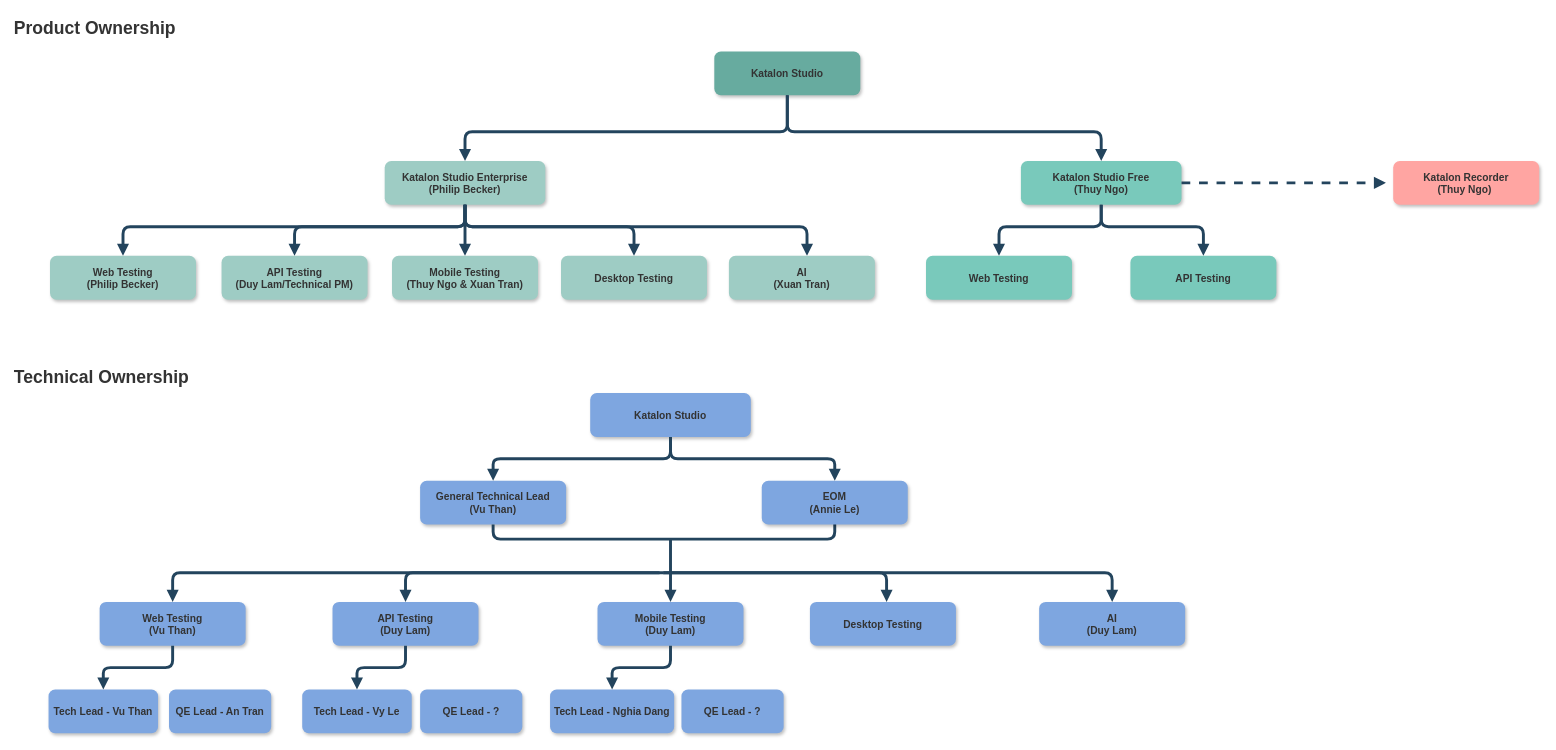
Before: Studio Workstream.drawio in nhpthuy/chart, a draw.io diagram. Source tidied: cells renumbered, new cells numbered last; positions are measured from the earlier drawing's top-left corner, leaving out a move shared by most shapes. Both pictures are drawn from the tidied source at 73%, with x=0, y=0 at pixel (12, 12).
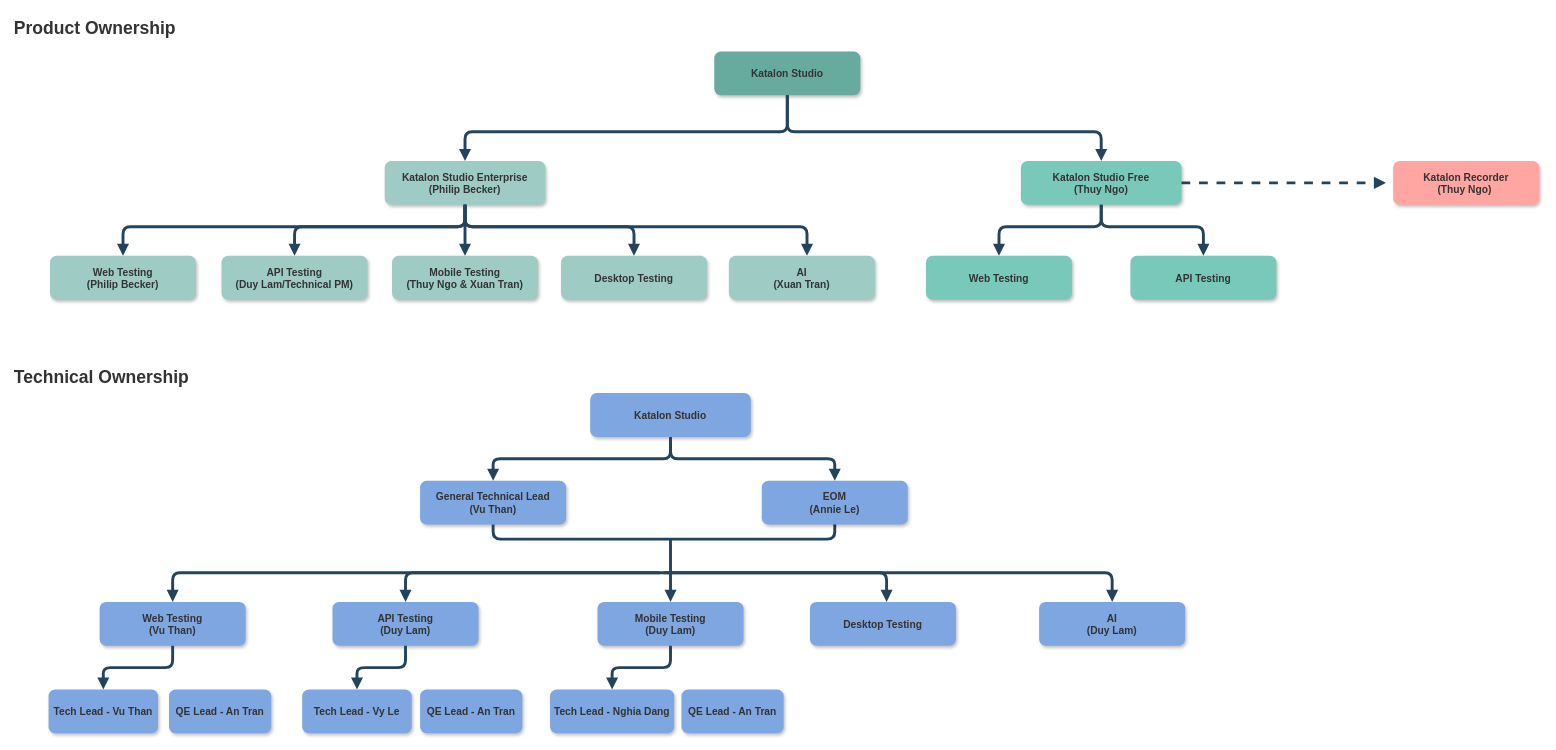
After the change.

Diff of the diagram source:
```diff
@@
-    <mxCell id="33" value="QE Lead - ?" style="rounded=1;fillColor=#7EA6E0;strokeColor=none;shadow=1;gradientColor=none;fontStyle=1;fontColor=#333333;fontSize=14;" parent="1" vertex="1">
+    <mxCell id="33" value="QE Lead - An Tran" style="rounded=1;fillColor=#7EA6E0;strokeColor=none;shadow=1;gradientColor=none;fontStyle=1;fontColor=#333333;fontSize=14;" parent="1" vertex="1">
       <mxGeometry x="558" y="927" width="140" height="60" as="geometry" />
     </mxCell>
@@
-    <mxCell id="35" value="QE Lead - ?" style="rounded=1;fillColor=#7EA6E0;strokeColor=none;shadow=1;gradientColor=none;fontStyle=1;fontColor=#333333;fontSize=14;" parent="1" vertex="1">
+    <mxCell id="35" value="QE Lead - An Tran" style="rounded=1;fillColor=#7EA6E0;strokeColor=none;shadow=1;gradientColor=none;fontStyle=1;fontColor=#333333;fontSize=14;" parent="1" vertex="1">
       <mxGeometry x="916" y="927" width="140" height="60" as="geometry" />
     </mxCell>
```
